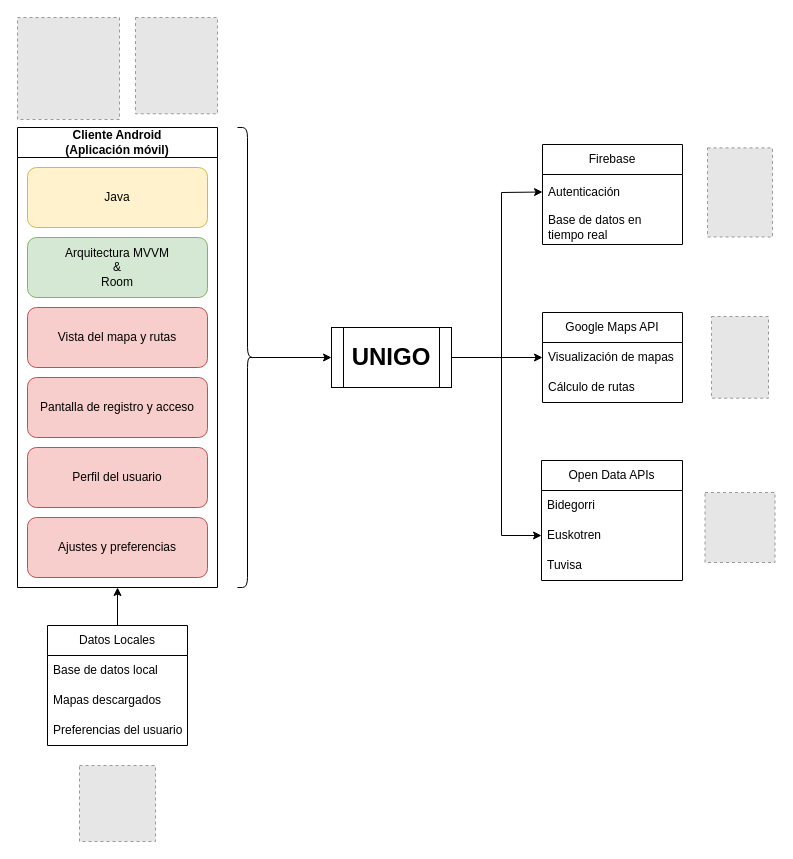
Earlier version of the draw.io diagram docs/.img/Arquitectura.drawio (Xabierland/UNIGO). Source tidied: cells renumbered, new cells numbered last; positions are measured from the earlier drawing's top-left corner, leaving out a move shared by most shapes. Both pictures are drawn from the tidied source at 100%, with x=0, y=0 at pixel (17, 17). Pictures stored in the file or linked from it are replaced by grey dashed boxes.
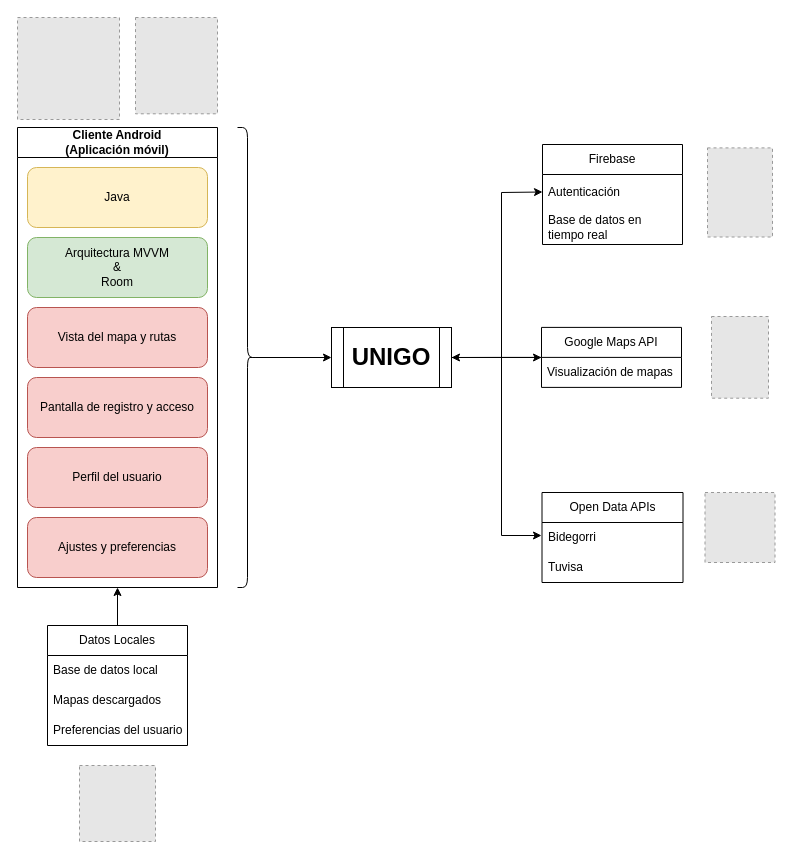
The same page after the edit.

Commit message (it also covers changes not shown here):
Update architecture diagram to reflect recent changes in system design

The change refers to these unchanged cells:
```xml
<mxCell id="12" value="&lt;h1&gt;UNIGO&lt;/h1&gt;" style="shape=process;whiteSpace=wrap;html=1;backgroundOutline=1;" parent="1" vertex="1">
  <mxGeometry x="314" y="310" width="120" height="60" as="geometry" />
</mxCell>
<mxCell id="17" value="Visualización de mapas" style="text;strokeColor=none;fillColor=none;align=left;verticalAlign=middle;spacingLeft=4;spacingRight=4;overflow=hidden;points=[[0,0.5],[1,0.5]];portConstraint=eastwest;whiteSpace=wrap;html=1;" parent="16" vertex="1">
  <mxGeometry y="30" width="140" height="30" as="geometry" />
</mxCell>
```

Diff of the diagram source:
```diff
@@
+    <mxCell id="38" style="edgeStyle=orthogonalEdgeStyle;rounded=0;jettySize=auto;html=1;" parent="1" edge="1" source="16" target="12">
+      <mxGeometry relative="1" as="geometry" />
+    </mxCell>
     <mxCell id="16" value="Google Maps API" style="swimlane;fontStyle=0;horizontal=1;startSize=30;whiteSpace=wrap;html=1;" parent="1" vertex="1">
-      <mxGeometry x="525" y="295" width="140" height="90" as="geometry" />
+      <mxGeometry x="524" y="309.9" width="140" height="60" as="geometry" />
     </mxCell>
@@
-    <mxCell id="18" value="Cálculo de rutas" style="text;strokeColor=none;fillColor=none;align=left;verticalAlign=middle;spacingLeft=4;spacingRight=4;overflow=hidden;whiteSpace=wrap;html=1;" parent="16" vertex="1">
-      <mxGeometry y="60" width="140" height="30" as="geometry" />
-    </mxCell>
@@
     <mxCell id="31" value="Open Data APIs" style="swimlane;fontStyle=0;horizontal=1;startSize=30;whiteSpace=wrap;html=1;" parent="1" vertex="1">
-      <mxGeometry x="524" y="443" width="141" height="120" as="geometry" />
+      <mxGeometry x="524.5" y="475" width="141" height="90" as="geometry" />
     </mxCell>
@@
-    <mxCell id="33" value="Euskotren" style="text;strokeColor=none;fillColor=none;align=left;verticalAlign=middle;spacingLeft=4;spacingRight=4;overflow=hidden;points=[[0,0.5],[1,0.5]];portConstraint=eastwest;whiteSpace=wrap;html=1;" parent="31" vertex="1">
-      <mxGeometry y="60" width="141" height="30" as="geometry" />
-    </mxCell>
     <mxCell id="34" value="Tuvisa" style="text;strokeColor=none;fillColor=none;align=left;verticalAlign=middle;spacingLeft=4;spacingRight=4;overflow=hidden;whiteSpace=wrap;html=1;" parent="31" vertex="1">
-      <mxGeometry y="90" width="141" height="30" as="geometry" />
+      <mxGeometry y="60" width="141" height="30" as="geometry" />
     </mxCell>
@@
-    <mxCell id="36" style="endArrow=classic;html=1;rounded=0;entryX=0;entryY=0.5;entryDx=0;entryDy=0;" parent="1" edge="1" target="33">
+    <mxCell id="36" style="endArrow=classic;html=1;rounded=0;entryX=0;entryY=0.5;entryDx=0;entryDy=0;" parent="1" edge="1">
       <mxGeometry relative="1" as="geometry">
         <mxPoint x="484" y="518" as="sourcePoint" />
+        <mxPoint x="524" y="518" as="targetPoint" />
       </mxGeometry>
     </mxCell>
-    <mxCell id="37" style="endArrow=classic;html=1;rounded=0;entryX=0;entryY=0.5;entryDx=0;entryDy=0;" parent="1" edge="1" target="17">
+    <mxCell id="37" style="endArrow=classic;html=1;rounded=0;" parent="1" edge="1">
       <mxGeometry relative="1" as="geometry">
         <mxPoint x="484" y="340" as="sourcePoint" />
+        <mxPoint x="524" y="340" as="targetPoint" />
       </mxGeometry>
     </mxCell>
```
